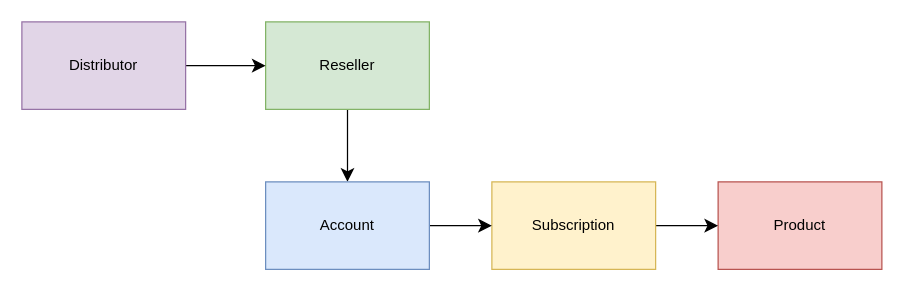
Earlier version of the draw.io diagram page "Product definition" (1 of 2) of diagrams.drawio (othercodes/sparring-storage). Source tidied: cells renumbered, new cells numbered last; positions are measured from the earlier drawing's top-left corner, leaving out a move shared by most shapes. Both pictures are drawn from the tidied source at 125%, with x=0, y=0 at pixel (21, 21).
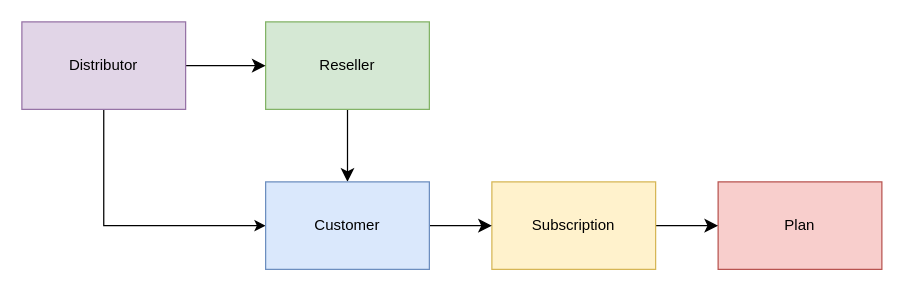
The same diagram, later.

Commit message:
Update diagrams.drawio, Product definition.

Diff of the diagram source:
```diff
@@
 <mxGraphModel>
   <root>
     <mxCell id="0" />
     <mxCell id="1" parent="0" />
     <mxCell id="2" style="edgeStyle=none;rounded=0;jumpSize=0;jettySize=auto;html=1;exitX=0.5;exitY=1;exitDx=0;exitDy=0;endArrow=classic;endFill=1;startSize=14;endSize=8;sourcePerimeterSpacing=8;targetPerimeterSpacing=8;strokeWidth=1;entryX=0.5;entryY=0;entryDx=0;entryDy=0;" parent="1" edge="1" source="3" target="10">
       <mxGeometry relative="1" as="geometry" />
     </mxCell>
     <mxCell id="3" value="Reseller" style="rounded=0;whiteSpace=wrap;html=1;hachureGap=4;fillColor=#d5e8d4;strokeColor=#82b366;" parent="1" vertex="1">
       <mxGeometry x="195" width="131" height="70" as="geometry" />
     </mxCell>
     <mxCell id="4" style="edgeStyle=none;rounded=0;jettySize=auto;html=1;endArrow=classic;startSize=14;endSize=8;sourcePerimeterSpacing=8;targetPerimeterSpacing=8;endFill=1;exitX=1;exitY=0.5;exitDx=0;exitDy=0;entryX=0;entryY=0.5;entryDx=0;entryDy=0;jumpSize=6;strokeWidth=1;" parent="1" edge="1" source="5" target="3">
       <mxGeometry relative="1" as="geometry" />
     </mxCell>
+    <mxCell id="11" style="edgeStyle=orthogonalEdgeStyle;rounded=0;jettySize=auto;html=1;" parent="1" edge="1" source="5" target="10">
+      <mxGeometry relative="1" as="geometry">
+        <Array as="points">
+          <mxPoint x="66" y="163" />
+        </Array>
+      </mxGeometry>
+    </mxCell>
     <mxCell id="5" value="Distributor" style="rounded=0;whiteSpace=wrap;html=1;hachureGap=4;fillColor=#e1d5e7;strokeColor=#9673a6;" parent="1" vertex="1">
       <mxGeometry width="131" height="70" as="geometry" />
     </mxCell>
-    <mxCell id="6" value="Product" style="rounded=0;whiteSpace=wrap;html=1;hachureGap=4;fillColor=#f8cecc;strokeColor=#b85450;" parent="1" vertex="1">
+    <mxCell id="6" value="Plan" style="rounded=0;whiteSpace=wrap;html=1;hachureGap=4;fillColor=#f8cecc;strokeColor=#b85450;" parent="1" vertex="1">
       <mxGeometry x="557" y="128" width="131" height="70" as="geometry" />
     </mxCell>
     <mxCell id="7" style="edgeStyle=none;rounded=0;jumpSize=0;jettySize=auto;html=1;exitX=1;exitY=0.5;exitDx=0;exitDy=0;entryX=0;entryY=0.5;entryDx=0;entryDy=0;endArrow=classic;endFill=1;startSize=14;endSize=8;sourcePerimeterSpacing=8;targetPerimeterSpacing=8;strokeWidth=1;" parent="1" edge="1" source="8" target="6">
       <mxGeometry relative="1" as="geometry" />
     </mxCell>
     <mxCell id="8" value="Subscription" style="rounded=0;whiteSpace=wrap;html=1;hachureGap=4;fillColor=#fff2cc;strokeColor=#d6b656;" parent="1" vertex="1">
       <mxGeometry x="376" y="128" width="131" height="70" as="geometry" />
     </mxCell>
     <mxCell id="9" style="edgeStyle=none;rounded=0;jumpSize=0;jettySize=auto;html=1;exitX=1;exitY=0.5;exitDx=0;exitDy=0;entryX=0;entryY=0.5;entryDx=0;entryDy=0;endArrow=classic;endFill=1;startSize=14;endSize=8;sourcePerimeterSpacing=8;targetPerimeterSpacing=8;strokeWidth=1;" parent="1" edge="1" source="10" target="8">
       <mxGeometry relative="1" as="geometry" />
     </mxCell>
-    <mxCell id="10" value="Account" style="rounded=0;whiteSpace=wrap;html=1;hachureGap=4;fillColor=#dae8fc;strokeColor=#6c8ebf;" parent="1" vertex="1">
+    <mxCell id="10" value="Customer" style="rounded=0;whiteSpace=wrap;html=1;hachureGap=4;fillColor=#dae8fc;strokeColor=#6c8ebf;" parent="1" vertex="1">
       <mxGeometry x="195" y="128" width="131" height="70" as="geometry" />
     </mxCell>
   </root>
 </mxGraphModel>
```
